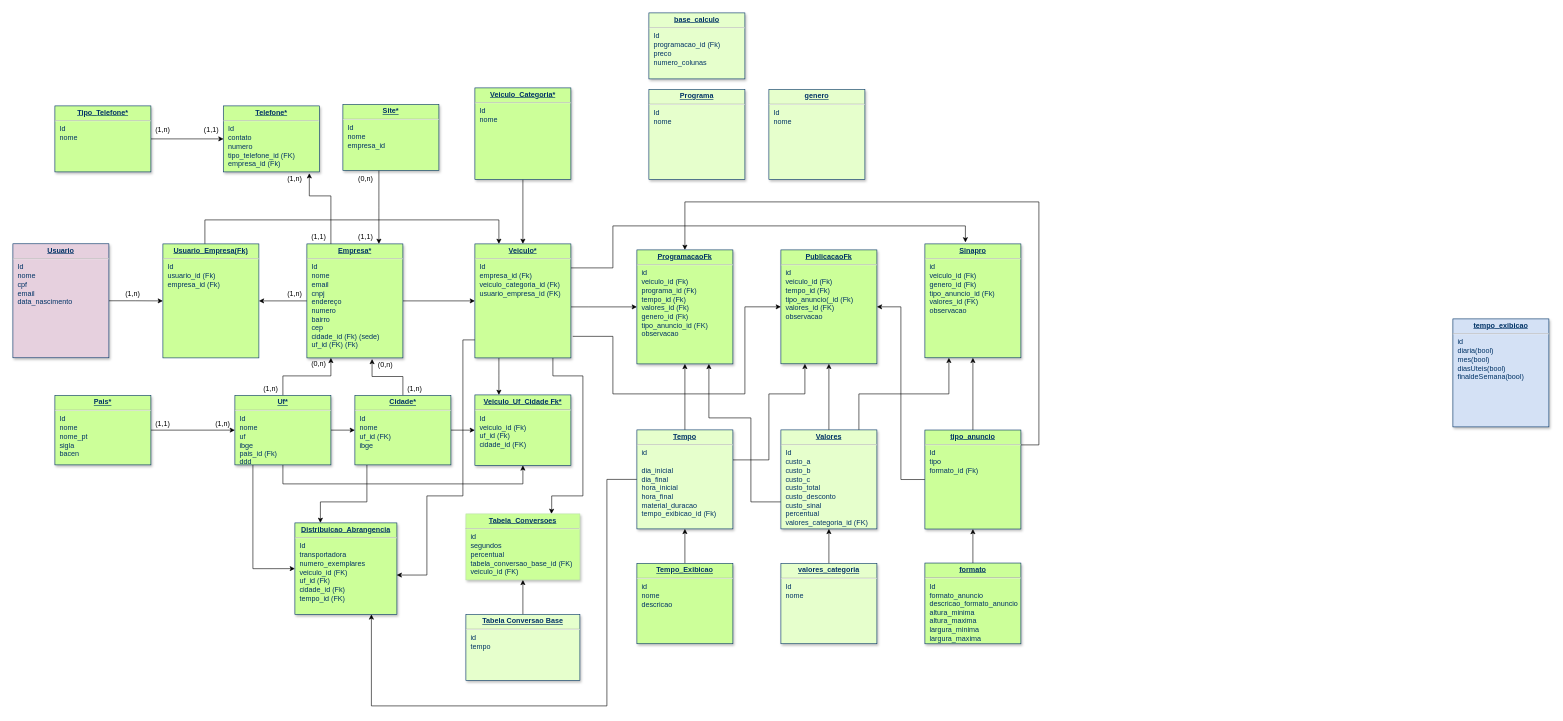
The draw.io diagram Diagrama padronizado.drawio in diogogui/pna, before the edit. Source tidied: cells renumbered, new cells numbered last; positions are measured from the earlier drawing's top-left corner, leaving out a move shared by most shapes. Both pictures are drawn from the tidied source at 60%, with x=0, y=0 at pixel (13, 13).
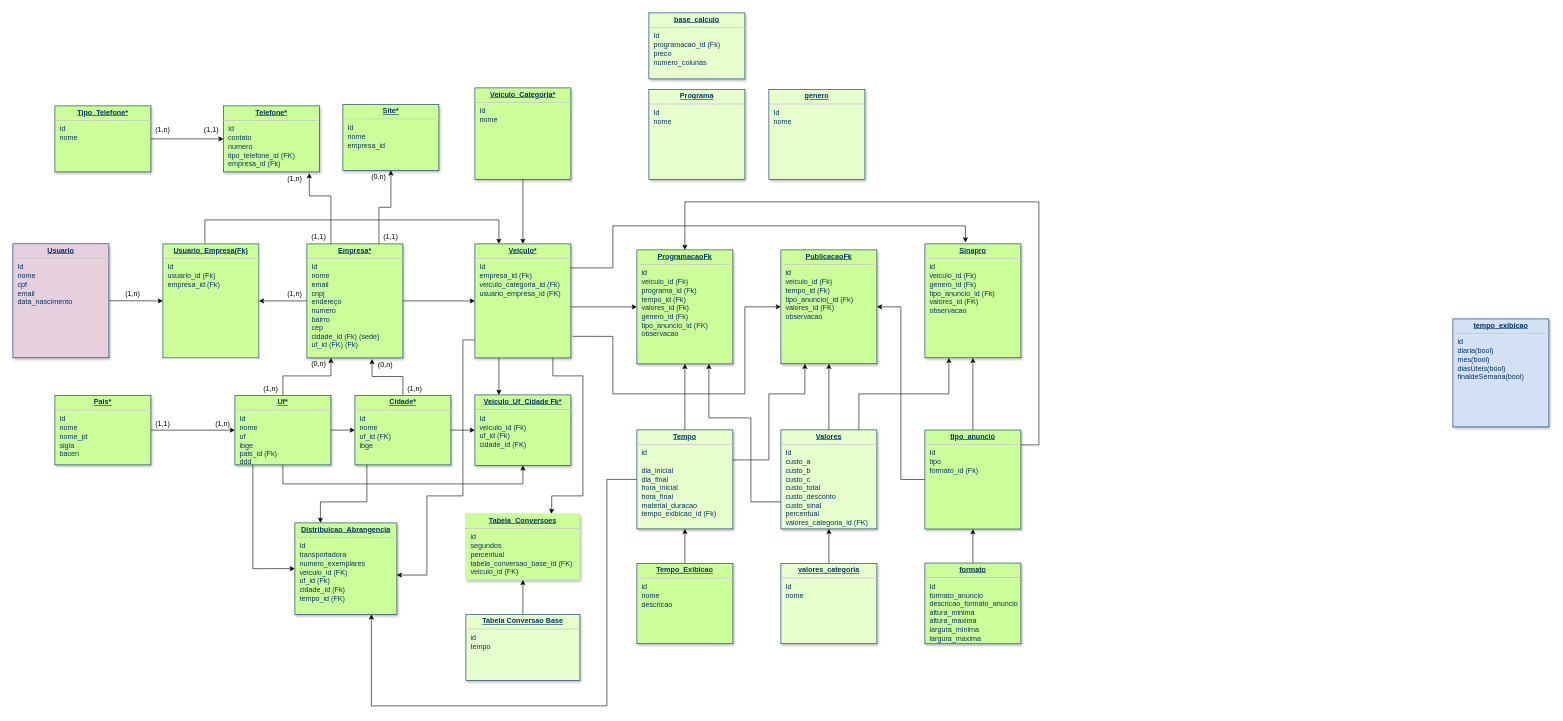
The same diagram, later.

Unchanged cells that the change refers to:
```xml
<mxCell id="10" value="&lt;p style=&quot;margin: 0px ; margin-top: 4px ; text-align: center ; text-decoration: underline&quot;&gt;&lt;b&gt;Empresa*&lt;/b&gt;&lt;/p&gt;&lt;hr&gt;&lt;p style=&quot;margin: 0px ; margin-left: 8px&quot;&gt;Id&lt;/p&gt;&lt;p style=&quot;margin: 0px ; margin-left: 8px&quot;&gt;nome&lt;/p&gt;&lt;p style=&quot;margin: 0px ; margin-left: 8px&quot;&gt;email&lt;/p&gt;&lt;p style=&quot;margin: 0px ; margin-left: 8px&quot;&gt;&lt;span&gt;cnpj&lt;/span&gt;&lt;br&gt;&lt;/p&gt;&lt;p style=&quot;margin: 0px ; margin-left: 8px&quot;&gt;endereço&lt;/p&gt;&lt;p style=&quot;margin: 0px ; margin-left: 8px&quot;&gt;numero&lt;/p&gt;&lt;p style=&quot;margin: 0px ; margin-left: 8px&quot;&gt;bairro&lt;/p&gt;&lt;p style=&quot;margin: 0px ; margin-left: 8px&quot;&gt;cep&lt;/p&gt;&lt;p style=&quot;margin: 0px ; margin-left: 8px&quot;&gt;cidade_id (Fk) (sede)&lt;/p&gt;&lt;p style=&quot;margin: 0px ; margin-left: 8px&quot;&gt;&lt;span&gt;uf_id (FK) (Fk)&lt;/span&gt;&lt;/p&gt;&lt;p style=&quot;margin: 0px ; margin-left: 8px&quot;&gt;&lt;br&gt;&lt;/p&gt;" style="verticalAlign=top;align=left;overflow=fill;fontSize=12;fontFamily=Helvetica;html=1;strokeColor=#003366;shadow=1;fillColor=#CCFF99;fontColor=#003366;" parent="1" vertex="1">
  <mxGeometry x="490" y="385" width="160" height="190" as="geometry" />
</mxCell>
<mxCell id="53" value="&lt;p style=&quot;margin: 0px ; margin-top: 4px ; text-align: center ; text-decoration: underline&quot;&gt;&lt;b&gt;Site*&lt;/b&gt;&lt;/p&gt;&lt;hr&gt;&lt;p style=&quot;margin: 0px ; margin-left: 8px&quot;&gt;Id&lt;/p&gt;&lt;p style=&quot;margin: 0px ; margin-left: 8px&quot;&gt;nome&lt;/p&gt;&lt;p style=&quot;margin: 0px ; margin-left: 8px&quot;&gt;empresa_id&lt;/p&gt;" style="verticalAlign=top;align=left;overflow=fill;fontSize=12;fontFamily=Helvetica;html=1;strokeColor=#003366;shadow=1;fillColor=#CCFF99;fontColor=#003366;" parent="1" vertex="1">
  <mxGeometry x="550" y="152.5" width="160" height="110" as="geometry" />
</mxCell>
```

The edit, as a diff of the source:
```diff
@@
+    <mxCell id="79" style="edgeStyle=orthogonalEdgeStyle;rounded=0;jettySize=auto;html=1;entryX=0.5;entryY=1;entryDx=0;entryDy=0;" parent="1" edge="1" source="10" target="53">
+      <mxGeometry relative="1" as="geometry">
+        <Array as="points">
+          <mxPoint x="610" y="324" />
+          <mxPoint x="630" y="324" />
+        </Array>
+      </mxGeometry>
+    </mxCell>
@@
-    <mxCell id="52" style="edgeStyle=orthogonalEdgeStyle;rounded=0;jettySize=auto;html=1;" parent="1" edge="1" source="53" target="10">
-      <mxGeometry relative="1" as="geometry">
-        <Array as="points">
-          <mxPoint x="610" y="325" />
-          <mxPoint x="610" y="325" />
-        </Array>
-      </mxGeometry>
-    </mxCell>
@@
     <mxCell id="64" value="(0,n)" style="text;html=1;strokeColor=none;fillColor=none;align=center;verticalAlign=middle;whiteSpace=wrap;rounded=0;" parent="1" vertex="1">
-      <mxGeometry x="568" y="267" width="40" height="20" as="geometry" />
+      <mxGeometry x="590" y="262.5" width="40" height="20" as="geometry" />
     </mxCell>
@@
     <mxCell id="67" value="(1,1)" style="text;html=1;strokeColor=none;fillColor=none;align=center;verticalAlign=middle;whiteSpace=wrap;rounded=0;" parent="1" vertex="1">
-      <mxGeometry x="568" y="363" width="40" height="20" as="geometry" />
+      <mxGeometry x="610" y="363" width="40" height="20" as="geometry" />
     </mxCell>
```
